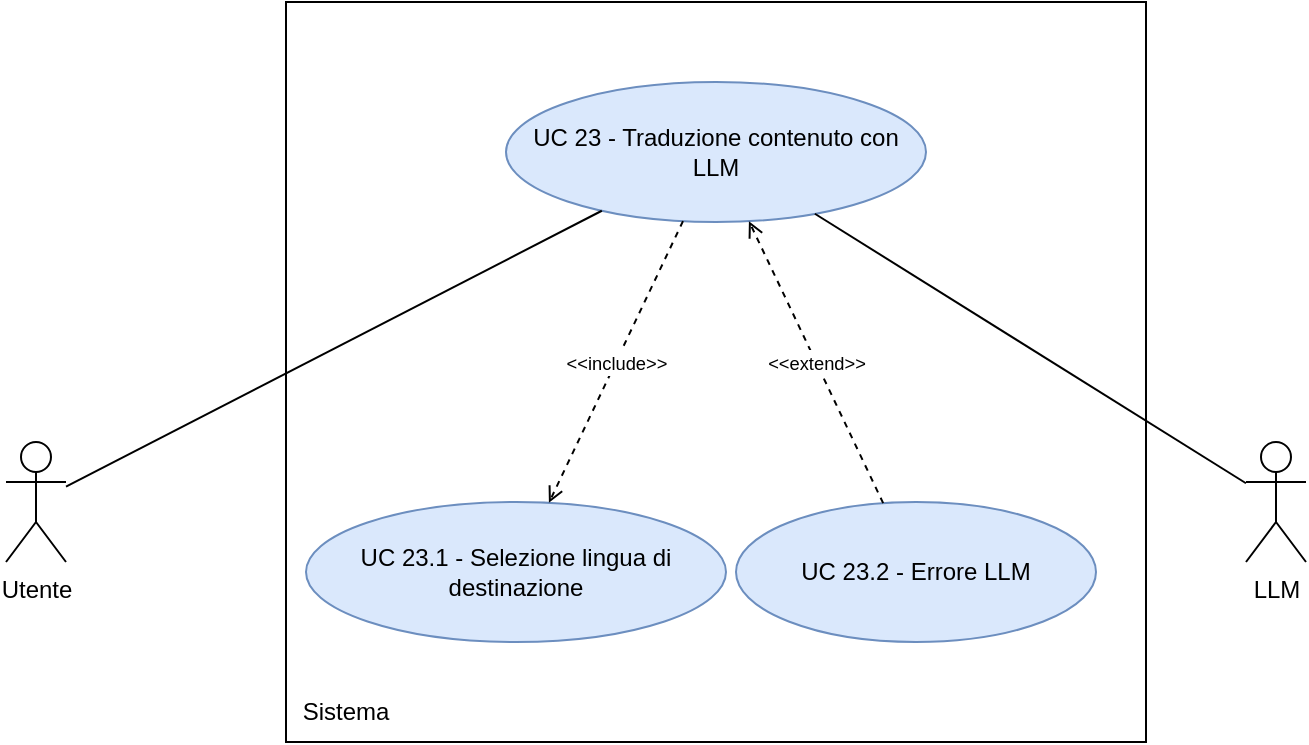
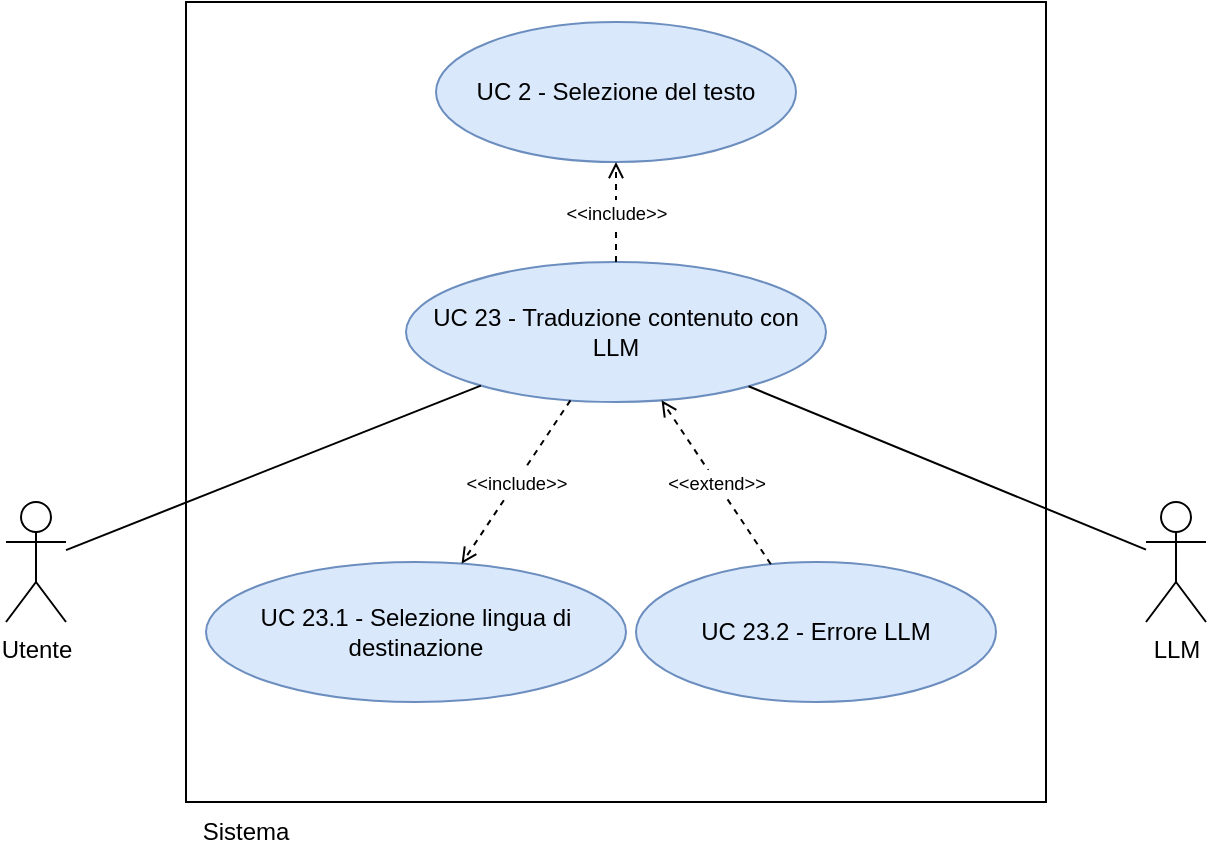
- <mxfile host="app.diagrams.net">
-   <diagram name="UC 11 - Gestione Codice" id="Kt2Dgr2KxfvWRwyXOeAN">
-     <mxGraphModel dx="1134" dy="789" grid="1" gridSize="10" guides="1" tooltips="1" connect="1" arrows="1" fold="1" page="1" pageScale="1" pageWidth="850" pageHeight="1100" math="0" shadow="0">
-       <root>
-         <mxCell id="0" />
-         <mxCell id="1" parent="0" />
-         <mxCell id="p2sep0m7qQ60FvVHNfT_-190" parent="1" style="shape=umlActor;verticalLabelPosition=bottom;verticalAlign=top;html=1;outlineConnect=0;" value="Utente" vertex="1">
-           <mxGeometry height="60" width="30" x="60" y="360" as="geometry" />
-         </mxCell>
-         <mxCell id="p2sep0m7qQ60FvVHNfT_-191" parent="1" style="shape=umlActor;verticalLabelPosition=bottom;verticalAlign=top;html=1;outlineConnect=0;" value="LLM" vertex="1">
-           <mxGeometry height="60" width="30" x="680" y="360" as="geometry" />
-         </mxCell>
-         <mxCell id="p2sep0m7qQ60FvVHNfT_-192" parent="1" style="whiteSpace=wrap;html=1;" value="" vertex="1">
-           <mxGeometry height="370" width="430" x="200" y="140" as="geometry" />
-         </mxCell>
-         <mxCell id="p2sep0m7qQ60FvVHNfT_-193" parent="1" style="text;html=1;whiteSpace=wrap;strokeColor=none;fillColor=none;align=center;verticalAlign=middle;rounded=0;" value="Sistema" vertex="1">
-           <mxGeometry height="30" width="60" x="200" y="480" as="geometry" />
-         </mxCell>
-         <mxCell id="p2sep0m7qQ60FvVHNfT_-194" parent="1" style="ellipse;whiteSpace=wrap;html=1;fillColor=#dae8fc;strokeColor=#6c8ebf;" value="UC 23 - Traduzione contenuto con LLM" vertex="1">
-           <mxGeometry height="70" width="210" x="310" y="180" as="geometry" />
-         </mxCell>
-         <mxCell id="p2sep0m7qQ60FvVHNfT_-195" parent="1" style="ellipse;whiteSpace=wrap;html=1;fillColor=#dae8fc;strokeColor=#6c8ebf;" value="UC 23.1 - Selezione lingua di destinazione" vertex="1">
-           <mxGeometry height="70" width="210" x="210" y="390" as="geometry" />
-         </mxCell>
-         <mxCell id="p2sep0m7qQ60FvVHNfT_-196" parent="1" style="ellipse;whiteSpace=wrap;html=1;fillColor=#dae8fc;strokeColor=#6c8ebf;" value="UC 23.2 - Errore LLM" vertex="1">
-           <mxGeometry height="70" width="180" x="425" y="390" as="geometry" />
-         </mxCell>
-         <mxCell id="p2sep0m7qQ60FvVHNfT_-197" edge="1" parent="1" source="p2sep0m7qQ60FvVHNfT_-190" style="edgeStyle=none;rounded=0;orthogonalLoop=1;jettySize=auto;html=1;endArrow=none;endFill=0;" target="p2sep0m7qQ60FvVHNfT_-194">
-           <mxGeometry relative="1" as="geometry" />
-         </mxCell>
-         <mxCell id="p2sep0m7qQ60FvVHNfT_-198" edge="1" parent="1" source="p2sep0m7qQ60FvVHNfT_-194" style="edgeStyle=none;rounded=0;orthogonalLoop=1;jettySize=auto;html=1;endArrow=none;endFill=0;" target="p2sep0m7qQ60FvVHNfT_-191">
-           <mxGeometry relative="1" as="geometry" />
-         </mxCell>
-         <mxCell id="p2sep0m7qQ60FvVHNfT_-199" edge="1" parent="1" source="p2sep0m7qQ60FvVHNfT_-194" style="edgeStyle=none;rounded=0;orthogonalLoop=1;jettySize=auto;html=1;endArrow=open;endFill=0;dashed=1;" target="p2sep0m7qQ60FvVHNfT_-195" value="&lt;small&gt;&amp;lt;&amp;lt;include&amp;gt;&amp;gt;&lt;/small&gt;">
-           <mxGeometry relative="1" as="geometry" />
-         </mxCell>
-         <mxCell id="p2sep0m7qQ60FvVHNfT_-200" edge="1" parent="1" source="p2sep0m7qQ60FvVHNfT_-196" style="edgeStyle=none;rounded=0;orthogonalLoop=1;jettySize=auto;html=1;endArrow=open;endFill=0;dashed=1;" target="p2sep0m7qQ60FvVHNfT_-194" value="&lt;small&gt;&amp;lt;&amp;lt;extend&amp;gt;&amp;gt;&lt;/small&gt;">
-           <mxGeometry relative="1" as="geometry" />
-         </mxCell>
-       </root>
-     </mxGraphModel>
-   </diagram>
- </mxfile>
+ <mxGraphModel dx="1201" dy="628" grid="1" gridSize="10" guides="1" tooltips="1" connect="1" arrows="1" fold="1" page="1" pageScale="1" pageWidth="850" pageHeight="1100" math="0" shadow="0">
+   <root>
+     <mxCell id="0" />
+     <mxCell id="1" parent="0" />
+     <mxCell id="p2sep0m7qQ60FvVHNfT_-190" parent="1" style="shape=umlActor;verticalLabelPosition=bottom;verticalAlign=top;html=1;outlineConnect=0;" value="Utente" vertex="1">
+       <mxGeometry height="60" width="30" x="110" y="360" as="geometry" />
+     </mxCell>
+     <mxCell id="p2sep0m7qQ60FvVHNfT_-191" parent="1" style="shape=umlActor;verticalLabelPosition=bottom;verticalAlign=top;html=1;outlineConnect=0;" value="LLM" vertex="1">
+       <mxGeometry height="60" width="30" x="680" y="360" as="geometry" />
+     </mxCell>
+     <mxCell id="p2sep0m7qQ60FvVHNfT_-192" parent="1" style="whiteSpace=wrap;html=1;" value="" vertex="1">
+       <mxGeometry height="400" width="430" x="200" y="110" as="geometry" />
+     </mxCell>
+     <mxCell id="p2sep0m7qQ60FvVHNfT_-193" parent="1" style="text;html=1;whiteSpace=wrap;strokeColor=none;fillColor=none;align=center;verticalAlign=middle;rounded=0;" value="Sistema" vertex="1">
+       <mxGeometry height="30" width="60" x="200" y="510" as="geometry" />
+     </mxCell>
+     <mxCell id="p2sep0m7qQ60FvVHNfT_-194" parent="1" style="ellipse;whiteSpace=wrap;html=1;fillColor=#dae8fc;strokeColor=#6c8ebf;" value="UC 23 - Traduzione contenuto con LLM" vertex="1">
+       <mxGeometry height="70" width="210" x="310" y="240" as="geometry" />
+     </mxCell>
+     <mxCell id="p2sep0m7qQ60FvVHNfT_-195" parent="1" style="ellipse;whiteSpace=wrap;html=1;fillColor=#dae8fc;strokeColor=#6c8ebf;" value="UC 23.1 - Selezione lingua di destinazione" vertex="1">
+       <mxGeometry height="70" width="210" x="210" y="390" as="geometry" />
+     </mxCell>
+     <mxCell id="p2sep0m7qQ60FvVHNfT_-196" parent="1" style="ellipse;whiteSpace=wrap;html=1;fillColor=#dae8fc;strokeColor=#6c8ebf;" value="UC 23.2 - Errore LLM" vertex="1">
+       <mxGeometry height="70" width="180" x="425" y="390" as="geometry" />
+     </mxCell>
+     <mxCell id="p2sep0m7qQ60FvVHNfT_-197" edge="1" parent="1" source="p2sep0m7qQ60FvVHNfT_-190" style="edgeStyle=none;rounded=0;orthogonalLoop=1;jettySize=auto;html=1;endArrow=none;endFill=0;" target="p2sep0m7qQ60FvVHNfT_-194">
+       <mxGeometry relative="1" as="geometry" />
+     </mxCell>
+     <mxCell id="p2sep0m7qQ60FvVHNfT_-198" edge="1" parent="1" source="p2sep0m7qQ60FvVHNfT_-194" style="edgeStyle=none;rounded=0;orthogonalLoop=1;jettySize=auto;html=1;endArrow=none;endFill=0;" target="p2sep0m7qQ60FvVHNfT_-191">
+       <mxGeometry relative="1" as="geometry" />
+     </mxCell>
+     <mxCell id="p2sep0m7qQ60FvVHNfT_-199" edge="1" parent="1" source="p2sep0m7qQ60FvVHNfT_-194" style="edgeStyle=none;rounded=0;orthogonalLoop=1;jettySize=auto;html=1;endArrow=open;endFill=0;dashed=1;" target="p2sep0m7qQ60FvVHNfT_-195" value="&lt;small&gt;&amp;lt;&amp;lt;include&amp;gt;&amp;gt;&lt;/small&gt;">
+       <mxGeometry relative="1" as="geometry" />
+     </mxCell>
+     <mxCell id="p2sep0m7qQ60FvVHNfT_-200" edge="1" parent="1" source="p2sep0m7qQ60FvVHNfT_-196" style="edgeStyle=none;rounded=0;orthogonalLoop=1;jettySize=auto;html=1;endArrow=open;endFill=0;dashed=1;" target="p2sep0m7qQ60FvVHNfT_-194" value="&lt;small&gt;&amp;lt;&amp;lt;extend&amp;gt;&amp;gt;&lt;/small&gt;">
+       <mxGeometry relative="1" as="geometry" />
+     </mxCell>
+     <mxCell id="UC2_EL" parent="1" style="ellipse;whiteSpace=wrap;html=1;fillColor=#dae8fc;strokeColor=#6c8ebf;" value="UC 2 - Selezione del testo" vertex="1">
+       <mxGeometry height="70" width="180" x="325" y="120" as="geometry" />
+     </mxCell>
+     <mxCell id="UC2_EDGE" edge="1" parent="1" source="p2sep0m7qQ60FvVHNfT_-194" style="edgeStyle=none;rounded=0;orthogonalLoop=1;jettySize=auto;html=1;endArrow=open;endFill=0;dashed=1;" target="UC2_EL" value="&lt;small&gt;&amp;lt;&amp;lt;include&amp;gt;&amp;gt;&lt;/small&gt;">
+       <mxGeometry relative="1" as="geometry" />
+     </mxCell>
+   </root>
+ </mxGraphModel>
